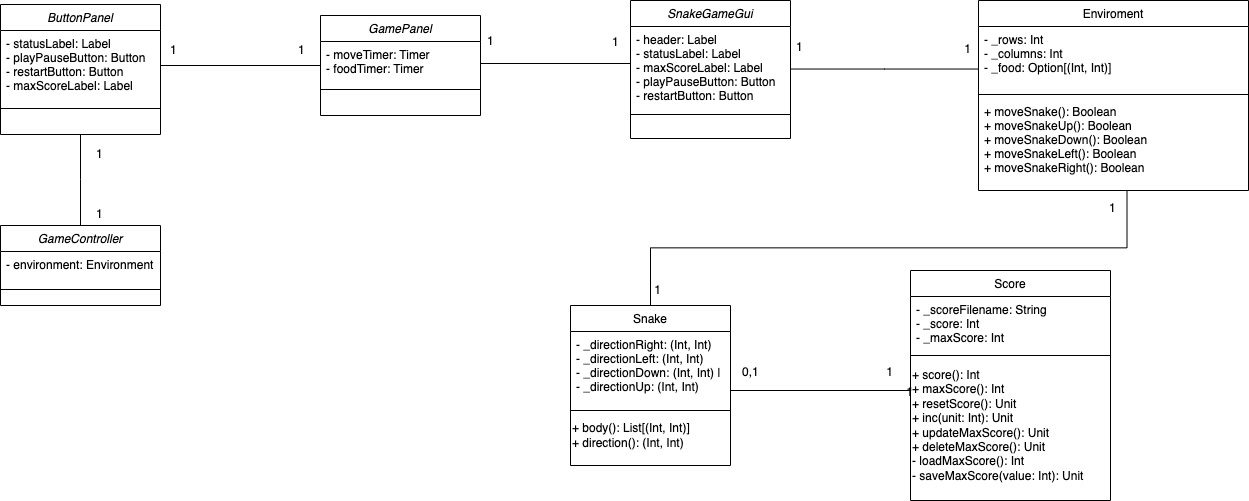
Before: docs/img/diagrammaclassi.png, a diagram exported from draw.io (diegosozio/PPS-23-SnakeScala). Source tidied: cells renumbered, new cells last; positions are measured from the earlier drawing's top-left corner, leaving out a move shared by most shapes.
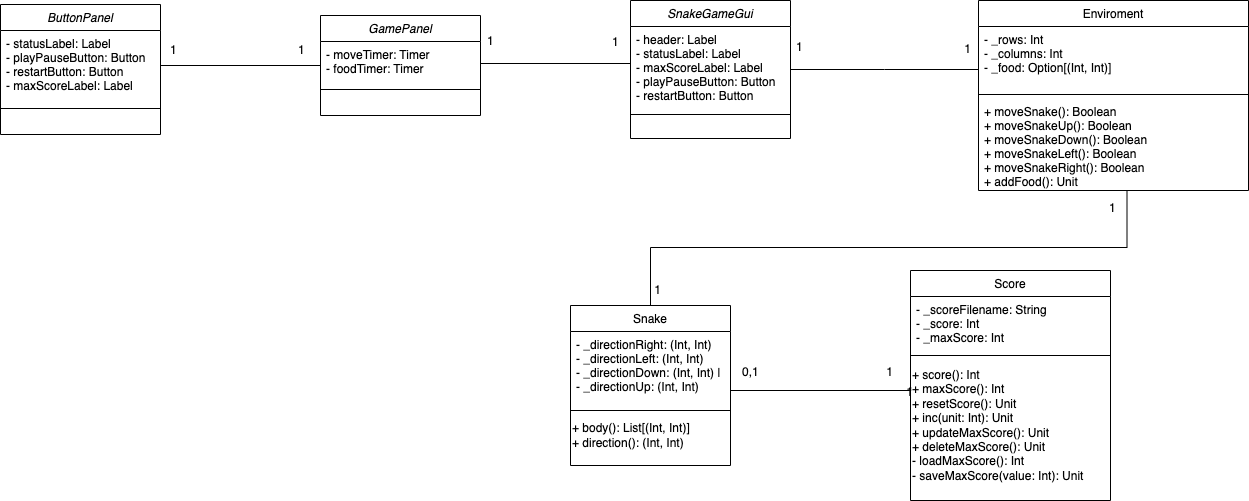
The same file after the commit.

The edit, as a diff of the source:
```diff
@@ -44,7 +44,7 @@
     <mxCell id="15" style="line;html=1;strokeWidth=1;align=left;verticalAlign=middle;spacingTop=-1;spacingLeft=3;spacingRight=3;labelPosition=right;" parent="13" vertex="1">
       <mxGeometry y="90" width="270" height="8" as="geometry" />
     </mxCell>
-    <mxCell id="16" value="+ moveSnake(): Boolean &#10;+ moveSnakeUp(): Boolean &#10;+ moveSnakeDown(): Boolean &#10;+ moveSnakeLeft(): Boolean &#10;+ moveSnakeRight(): Boolean" style="text;align=left;verticalAlign=top;spacingLeft=4;spacingRight=4;overflow=hidden;points=[[0,0.5],[1,0.5]];portConstraint=eastwest;" parent="13" vertex="1">
+    <mxCell id="16" value="+ moveSnake(): Boolean &#10;+ moveSnakeUp(): Boolean &#10;+ moveSnakeDown(): Boolean &#10;+ moveSnakeLeft(): Boolean &#10;+ moveSnakeRight(): Boolean&#10;+ addFood(): Unit &#10;" style="text;align=left;verticalAlign=top;spacingLeft=4;spacingRight=4;overflow=hidden;points=[[0,0.5],[1,0.5]];portConstraint=eastwest;" parent="13" vertex="1">
       <mxGeometry y="98" width="270" height="92" as="geometry" />
     </mxCell>
     <mxCell id="17" style="endArrow=none;shadow=0;strokeWidth=1;rounded=0;curved=0;endFill=0;edgeStyle=elbowEdgeStyle;elbow=vertical;" parent="1" edge="1" source="2" target="13">
@@ -70,20 +70,6 @@
     <mxCell id="23" style="line;html=1;strokeWidth=1;align=left;verticalAlign=middle;spacingTop=-1;spacingLeft=3;spacingRight=3;labelPosition=right;" parent="21" vertex="1">
       <mxGeometry y="100" width="160" height="8" as="geometry" />
     </mxCell>
-    <mxCell id="24" value="GameController" style="swimlane;fontStyle=2;align=center;verticalAlign=top;horizontal=1;startSize=26;rounded=0;shadow=0;strokeWidth=1;" parent="1" vertex="1">
-      <mxGeometry y="225" width="160" height="80" as="geometry" />
-    </mxCell>
-    <mxCell id="25" value="- environment: Environment" style="text;align=left;verticalAlign=top;spacingLeft=4;spacingRight=4;overflow=hidden;" parent="24" vertex="1">
-      <mxGeometry y="26" width="160" height="34" as="geometry" />
-    </mxCell>
-    <mxCell id="26" style="line;html=1;strokeWidth=1;align=left;verticalAlign=middle;spacingTop=-1;spacingLeft=3;spacingRight=3;labelPosition=right;" parent="24" vertex="1">
-      <mxGeometry y="60" width="160" height="8" as="geometry" />
-    </mxCell>
-    <mxCell id="27" style="endArrow=none;shadow=0;strokeWidth=1;rounded=0;curved=0;endFill=0;edgeStyle=elbowEdgeStyle;elbow=vertical;exitX=0.5;exitY=1;exitDx=0;exitDy=0;entryX=0.5;entryY=0;entryDx=0;entryDy=0;" parent="1" edge="1" source="21" target="24">
-      <mxGeometry x="0.5" y="41" relative="1" as="geometry">
-        <mxPoint x="-40" y="32" as="offset" />
-      </mxGeometry>
-    </mxCell>
     <mxCell id="28" style="endArrow=none;shadow=0;strokeWidth=1;rounded=0;curved=0;endFill=0;edgeStyle=elbowEdgeStyle;elbow=vertical;entryX=1;entryY=0.5;entryDx=0;entryDy=0;exitX=0;exitY=0.5;exitDx=0;exitDy=0;" parent="1" edge="1" source="3" target="19">
       <mxGeometry x="0.5" y="41" relative="1" as="geometry">
         <Array as="points">
@@ -163,15 +149,5 @@
         <mxPoint x="-462" y="-12" as="offset" />
       </mxGeometry>
     </mxCell>
-    <mxCell id="44" value="1" style="align=left;verticalAlign=bottom;labelBackgroundColor=none;fontSize=12;" parent="1" vertex="1">
-      <mxGeometry x="90" y="150" as="geometry">
-        <mxPoint x="4" y="12" as="offset" />
-      </mxGeometry>
-    </mxCell>
-    <mxCell id="45" value="1" style="align=left;verticalAlign=bottom;labelBackgroundColor=none;fontSize=12;" parent="1" vertex="1">
-      <mxGeometry x="660" y="95" as="geometry">
-        <mxPoint x="-566" y="127" as="offset" />
-      </mxGeometry>
-    </mxCell>
   </root>
 </mxGraphModel>
```
